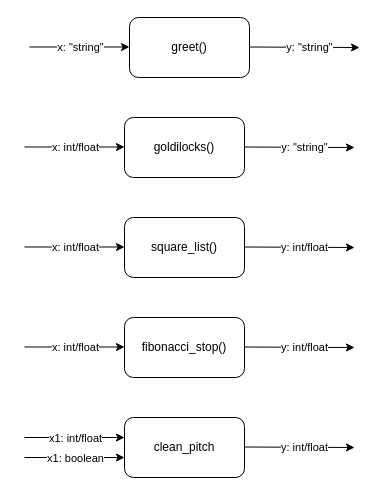
Before: Preclass_assignments/FunctionDiagram.drawio in DTUWindEducation/p0-intro-team-23, a draw.io diagram. Source tidied: cells renumbered, new cells numbered last; positions are measured from the earlier drawing's top-left corner, leaving out a move shared by most shapes. Both pictures are drawn from the tidied source at 100%, with x=0, y=0 at pixel (24, 17).
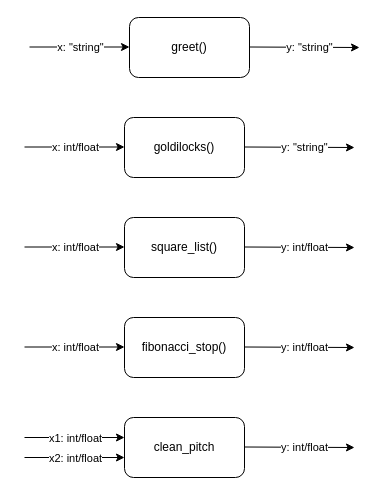
The same diagram, later.

Unchanged cells that the change refers to:
```xml
<mxCell id="27" style="endArrow=classic;html=1;" parent="1" edge="1">
  <mxGeometry relative="1" as="geometry">
    <mxPoint y="440" as="sourcePoint" />
    <mxPoint x="100" y="440" as="targetPoint" />
  </mxGeometry>
</mxCell>
```

Diff of the diagram source:
```diff
@@
-    <mxCell id="28" value="x1: boolean" style="edgeLabel;html=1;align=center;verticalAlign=middle;" parent="27" vertex="1">
+    <mxCell id="28" value="x2: int/float" style="edgeLabel;html=1;align=center;verticalAlign=middle;" parent="27" vertex="1">
       <mxGeometry relative="1" as="geometry" />
     </mxCell>
```
